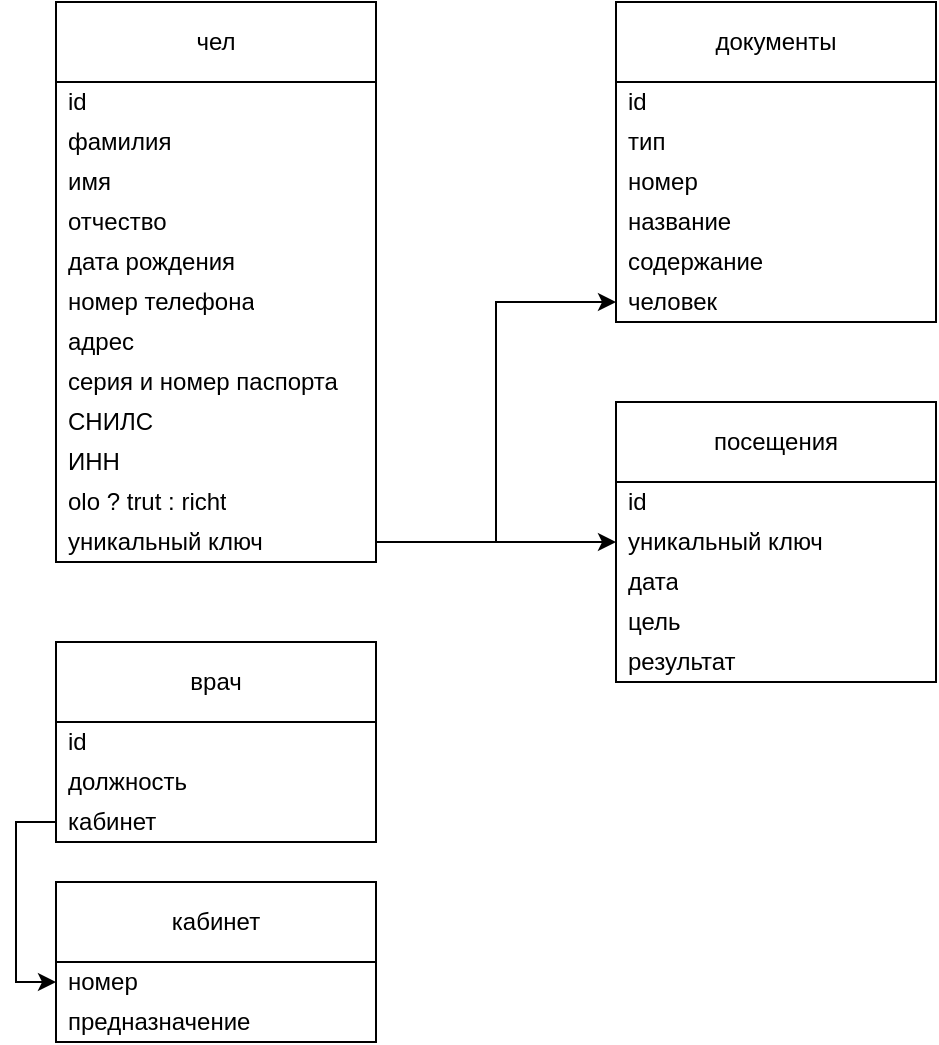
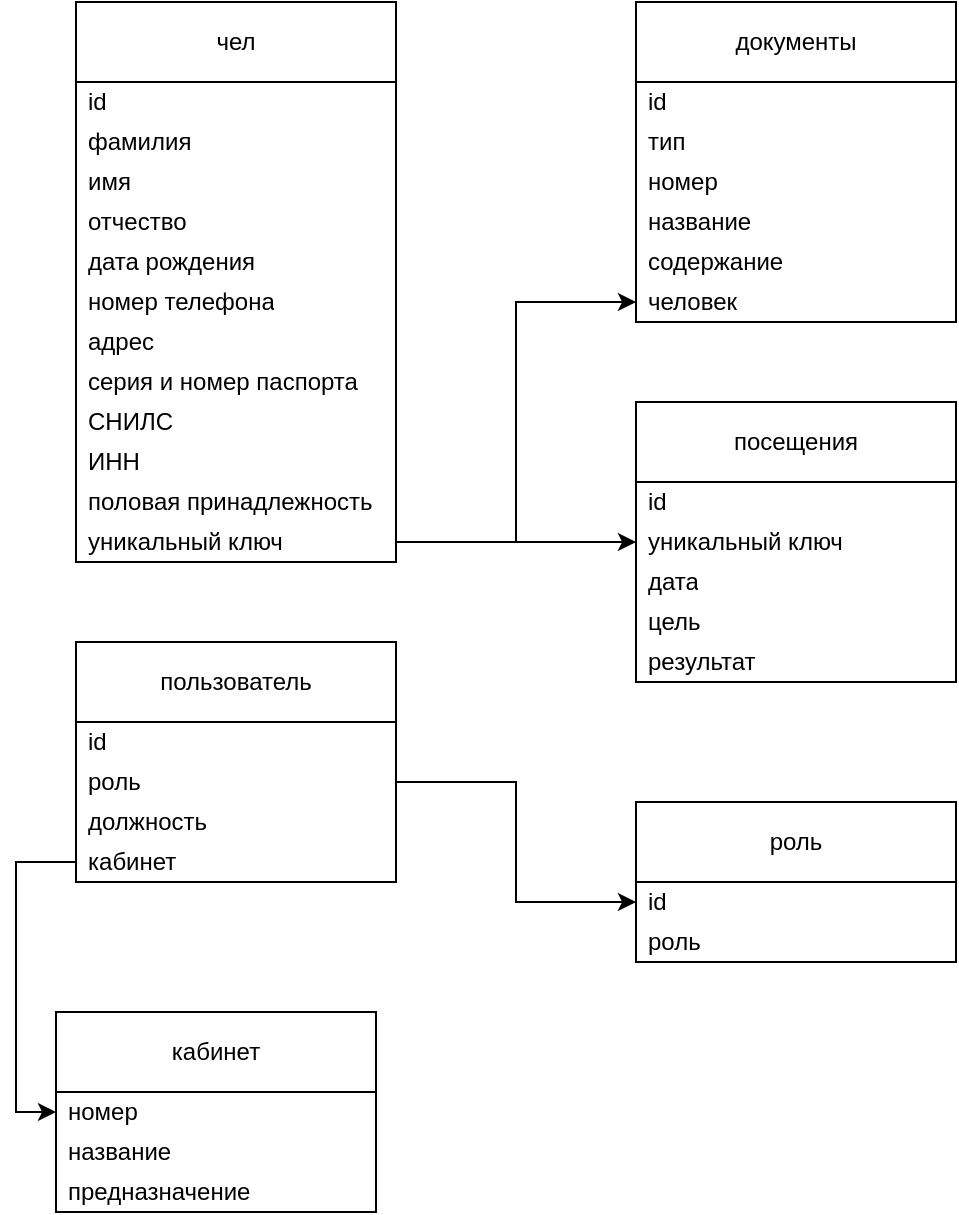
<mxfile host="Electron" agent="Mozilla/5.0 (Windows NT 10.0; Win64; x64) AppleWebKit/537.36 (KHTML, like Gecko) draw.io/29.6.1 Chrome/142.0.7444.265 Electron/39.8.0 Safari/537.36" version="29.6.1">
  <diagram name="Страница-1" id="a21MgUtPKJdnRfCgL1Ge">
    <mxGraphModel dx="1188" dy="741" grid="1" gridSize="10" guides="1" tooltips="1" connect="1" arrows="1" fold="1" page="1" pageScale="1" pageWidth="827" pageHeight="1169" math="0" shadow="0">
      <root>
        <mxCell id="0" />
        <mxCell id="1" parent="0" />
        <mxCell id="TgU9roTelHohaQH2FK3k-1" parent="1" style="swimlane;fontStyle=0;childLayout=stackLayout;horizontal=1;startSize=40;horizontalStack=0;resizeParent=1;resizeParentMax=0;resizeLast=0;collapsible=1;marginBottom=0;whiteSpace=wrap;html=1;" value="чел" vertex="1">
          <mxGeometry height="280" width="160" x="80" y="80" as="geometry" />
        </mxCell>
        <mxCell id="TgU9roTelHohaQH2FK3k-2" parent="TgU9roTelHohaQH2FK3k-1" style="text;strokeColor=none;fillColor=none;align=left;verticalAlign=middle;spacingLeft=4;spacingRight=4;overflow=hidden;points=[[0,0.5],[1,0.5]];portConstraint=eastwest;rotatable=0;whiteSpace=wrap;html=1;" value="id" vertex="1">
          <mxGeometry height="20" width="160" y="40" as="geometry" />
        </mxCell>
        <mxCell id="TgU9roTelHohaQH2FK3k-3" parent="TgU9roTelHohaQH2FK3k-1" style="text;strokeColor=none;fillColor=none;align=left;verticalAlign=middle;spacingLeft=4;spacingRight=4;overflow=hidden;points=[[0,0.5],[1,0.5]];portConstraint=eastwest;rotatable=0;whiteSpace=wrap;html=1;" value="фамилия" vertex="1">
          <mxGeometry height="20" width="160" y="60" as="geometry" />
        </mxCell>
        <mxCell id="TgU9roTelHohaQH2FK3k-4" parent="TgU9roTelHohaQH2FK3k-1" style="text;strokeColor=none;fillColor=none;align=left;verticalAlign=middle;spacingLeft=4;spacingRight=4;overflow=hidden;points=[[0,0.5],[1,0.5]];portConstraint=eastwest;rotatable=0;whiteSpace=wrap;html=1;" value="имя" vertex="1">
          <mxGeometry height="20" width="160" y="80" as="geometry" />
        </mxCell>
        <mxCell id="cz48e77hF1qOZ6CIWqxK-1" parent="TgU9roTelHohaQH2FK3k-1" style="text;strokeColor=none;fillColor=none;align=left;verticalAlign=middle;spacingLeft=4;spacingRight=4;overflow=hidden;points=[[0,0.5],[1,0.5]];portConstraint=eastwest;rotatable=0;whiteSpace=wrap;html=1;" value="отчество" vertex="1">
          <mxGeometry height="20" width="160" y="100" as="geometry" />
        </mxCell>
        <mxCell id="TgU9roTelHohaQH2FK3k-5" parent="TgU9roTelHohaQH2FK3k-1" style="text;strokeColor=none;fillColor=none;align=left;verticalAlign=middle;spacingLeft=4;spacingRight=4;overflow=hidden;points=[[0,0.5],[1,0.5]];portConstraint=eastwest;rotatable=0;whiteSpace=wrap;html=1;" value="дата рождения" vertex="1">
          <mxGeometry height="20" width="160" y="120" as="geometry" />
        </mxCell>
        <mxCell id="TgU9roTelHohaQH2FK3k-6" parent="TgU9roTelHohaQH2FK3k-1" style="text;strokeColor=none;fillColor=none;align=left;verticalAlign=middle;spacingLeft=4;spacingRight=4;overflow=hidden;points=[[0,0.5],[1,0.5]];portConstraint=eastwest;rotatable=0;whiteSpace=wrap;html=1;" value="номер телефона" vertex="1">
          <mxGeometry height="20" width="160" y="140" as="geometry" />
        </mxCell>
        <mxCell id="cz48e77hF1qOZ6CIWqxK-2" parent="TgU9roTelHohaQH2FK3k-1" style="text;strokeColor=none;fillColor=none;align=left;verticalAlign=middle;spacingLeft=4;spacingRight=4;overflow=hidden;points=[[0,0.5],[1,0.5]];portConstraint=eastwest;rotatable=0;whiteSpace=wrap;html=1;" value="адрес" vertex="1">
          <mxGeometry height="20" width="160" y="160" as="geometry" />
        </mxCell>
        <mxCell id="TgU9roTelHohaQH2FK3k-7" parent="TgU9roTelHohaQH2FK3k-1" style="text;strokeColor=none;fillColor=none;align=left;verticalAlign=middle;spacingLeft=4;spacingRight=4;overflow=hidden;points=[[0,0.5],[1,0.5]];portConstraint=eastwest;rotatable=0;whiteSpace=wrap;html=1;" value="серия и номер паспорта" vertex="1">
          <mxGeometry height="20" width="160" y="180" as="geometry" />
        </mxCell>
        <mxCell id="TgU9roTelHohaQH2FK3k-8" parent="TgU9roTelHohaQH2FK3k-1" style="text;strokeColor=none;fillColor=none;align=left;verticalAlign=middle;spacingLeft=4;spacingRight=4;overflow=hidden;points=[[0,0.5],[1,0.5]];portConstraint=eastwest;rotatable=0;whiteSpace=wrap;html=1;" value="СНИЛС" vertex="1">
          <mxGeometry height="20" width="160" y="200" as="geometry" />
        </mxCell>
        <mxCell id="TgU9roTelHohaQH2FK3k-9" parent="TgU9roTelHohaQH2FK3k-1" style="text;strokeColor=none;fillColor=none;align=left;verticalAlign=middle;spacingLeft=4;spacingRight=4;overflow=hidden;points=[[0,0.5],[1,0.5]];portConstraint=eastwest;rotatable=0;whiteSpace=wrap;html=1;" value="ИНН" vertex="1">
          <mxGeometry height="20" width="160" y="220" as="geometry" />
        </mxCell>
-         <mxCell id="TgU9roTelHohaQH2FK3k-10" parent="TgU9roTelHohaQH2FK3k-1" style="text;strokeColor=none;fillColor=none;align=left;verticalAlign=middle;spacingLeft=4;spacingRight=4;overflow=hidden;points=[[0,0.5],[1,0.5]];portConstraint=eastwest;rotatable=0;whiteSpace=wrap;html=1;" value="olo ? trut : richt" vertex="1">
+         <mxCell id="TgU9roTelHohaQH2FK3k-10" parent="TgU9roTelHohaQH2FK3k-1" style="text;strokeColor=none;fillColor=none;align=left;verticalAlign=middle;spacingLeft=4;spacingRight=4;overflow=hidden;points=[[0,0.5],[1,0.5]];portConstraint=eastwest;rotatable=0;whiteSpace=wrap;html=1;" value="половая принадлежность" vertex="1">
          <mxGeometry height="20" width="160" y="240" as="geometry" />
        </mxCell>
        <mxCell id="TgU9roTelHohaQH2FK3k-31" parent="TgU9roTelHohaQH2FK3k-1" style="text;strokeColor=none;fillColor=none;align=left;verticalAlign=middle;spacingLeft=4;spacingRight=4;overflow=hidden;points=[[0,0.5],[1,0.5]];portConstraint=eastwest;rotatable=0;whiteSpace=wrap;html=1;" value="уникальный ключ" vertex="1">
          <mxGeometry height="20" width="160" y="260" as="geometry" />
        </mxCell>
        <mxCell id="_7bwxEnkeykLmXKwQ_Hy-1" parent="1" style="swimlane;fontStyle=0;childLayout=stackLayout;horizontal=1;startSize=40;horizontalStack=0;resizeParent=1;resizeParentMax=0;resizeLast=0;collapsible=1;marginBottom=0;whiteSpace=wrap;html=1;" value="посещения" vertex="1">
          <mxGeometry height="140" width="160" x="360" y="280" as="geometry" />
        </mxCell>
        <mxCell id="EbQ-D4Pp5Pddp-Q1myPs-4" parent="_7bwxEnkeykLmXKwQ_Hy-1" style="text;strokeColor=none;fillColor=none;align=left;verticalAlign=middle;spacingLeft=4;spacingRight=4;overflow=hidden;points=[[0,0.5],[1,0.5]];portConstraint=eastwest;rotatable=0;whiteSpace=wrap;html=1;" value="id" vertex="1">
          <mxGeometry height="20" width="160" y="40" as="geometry" />
        </mxCell>
        <mxCell id="_7bwxEnkeykLmXKwQ_Hy-2" parent="_7bwxEnkeykLmXKwQ_Hy-1" style="text;strokeColor=none;fillColor=none;align=left;verticalAlign=middle;spacingLeft=4;spacingRight=4;overflow=hidden;points=[[0,0.5],[1,0.5]];portConstraint=eastwest;rotatable=0;whiteSpace=wrap;html=1;" value="уникальный ключ" vertex="1">
          <mxGeometry height="20" width="160" y="60" as="geometry" />
        </mxCell>
        <mxCell id="_7bwxEnkeykLmXKwQ_Hy-3" parent="_7bwxEnkeykLmXKwQ_Hy-1" style="text;strokeColor=none;fillColor=none;align=left;verticalAlign=middle;spacingLeft=4;spacingRight=4;overflow=hidden;points=[[0,0.5],[1,0.5]];portConstraint=eastwest;rotatable=0;whiteSpace=wrap;html=1;" value="дата" vertex="1">
          <mxGeometry height="20" width="160" y="80" as="geometry" />
        </mxCell>
        <mxCell id="_7bwxEnkeykLmXKwQ_Hy-4" parent="_7bwxEnkeykLmXKwQ_Hy-1" style="text;strokeColor=none;fillColor=none;align=left;verticalAlign=middle;spacingLeft=4;spacingRight=4;overflow=hidden;points=[[0,0.5],[1,0.5]];portConstraint=eastwest;rotatable=0;whiteSpace=wrap;html=1;" value="цель" vertex="1">
          <mxGeometry height="20" width="160" y="100" as="geometry" />
        </mxCell>
        <mxCell id="_7bwxEnkeykLmXKwQ_Hy-5" parent="_7bwxEnkeykLmXKwQ_Hy-1" style="text;strokeColor=none;fillColor=none;align=left;verticalAlign=middle;spacingLeft=4;spacingRight=4;overflow=hidden;points=[[0,0.5],[1,0.5]];portConstraint=eastwest;rotatable=0;whiteSpace=wrap;html=1;" value="результат" vertex="1">
          <mxGeometry height="20" width="160" y="120" as="geometry" />
        </mxCell>
-         <mxCell id="EbQ-D4Pp5Pddp-Q1myPs-5" parent="1" style="swimlane;fontStyle=0;childLayout=stackLayout;horizontal=1;startSize=40;horizontalStack=0;resizeParent=1;resizeParentMax=0;resizeLast=0;collapsible=1;marginBottom=0;whiteSpace=wrap;html=1;" value="врач" vertex="1">
-           <mxGeometry height="100" width="160" x="80" y="400" as="geometry" />
+         <mxCell id="EbQ-D4Pp5Pddp-Q1myPs-5" parent="1" style="swimlane;fontStyle=0;childLayout=stackLayout;horizontal=1;startSize=40;horizontalStack=0;resizeParent=1;resizeParentMax=0;resizeLast=0;collapsible=1;marginBottom=0;whiteSpace=wrap;html=1;" value="пользователь" vertex="1">
+           <mxGeometry height="120" width="160" x="80" y="400" as="geometry" />
        </mxCell>
        <mxCell id="EbQ-D4Pp5Pddp-Q1myPs-6" parent="EbQ-D4Pp5Pddp-Q1myPs-5" style="text;strokeColor=none;fillColor=none;align=left;verticalAlign=middle;spacingLeft=4;spacingRight=4;overflow=hidden;points=[[0,0.5],[1,0.5]];portConstraint=eastwest;rotatable=0;whiteSpace=wrap;html=1;" value="id" vertex="1">
          <mxGeometry height="20" width="160" y="40" as="geometry" />
        </mxCell>
-         <mxCell id="EbQ-D4Pp5Pddp-Q1myPs-7" parent="EbQ-D4Pp5Pddp-Q1myPs-5" style="text;strokeColor=none;fillColor=none;align=left;verticalAlign=middle;spacingLeft=4;spacingRight=4;overflow=hidden;points=[[0,0.5],[1,0.5]];portConstraint=eastwest;rotatable=0;whiteSpace=wrap;html=1;" value="должность" vertex="1">
+         <mxCell id="u-Q4dIUnWYH1eqJ2AqIz-5" parent="EbQ-D4Pp5Pddp-Q1myPs-5" style="text;strokeColor=none;fillColor=none;align=left;verticalAlign=middle;spacingLeft=4;spacingRight=4;overflow=hidden;points=[[0,0.5],[1,0.5]];portConstraint=eastwest;rotatable=0;whiteSpace=wrap;html=1;" value="роль" vertex="1">
          <mxGeometry height="20" width="160" y="60" as="geometry" />
        </mxCell>
-         <mxCell id="EbQ-D4Pp5Pddp-Q1myPs-8" parent="EbQ-D4Pp5Pddp-Q1myPs-5" style="text;strokeColor=none;fillColor=none;align=left;verticalAlign=middle;spacingLeft=4;spacingRight=4;overflow=hidden;points=[[0,0.5],[1,0.5]];portConstraint=eastwest;rotatable=0;whiteSpace=wrap;html=1;" value="кабинет" vertex="1">
+         <mxCell id="EbQ-D4Pp5Pddp-Q1myPs-7" parent="EbQ-D4Pp5Pddp-Q1myPs-5" style="text;strokeColor=none;fillColor=none;align=left;verticalAlign=middle;spacingLeft=4;spacingRight=4;overflow=hidden;points=[[0,0.5],[1,0.5]];portConstraint=eastwest;rotatable=0;whiteSpace=wrap;html=1;" value="должность" vertex="1">
          <mxGeometry height="20" width="160" y="80" as="geometry" />
        </mxCell>
+         <mxCell id="EbQ-D4Pp5Pddp-Q1myPs-8" parent="EbQ-D4Pp5Pddp-Q1myPs-5" style="text;strokeColor=none;fillColor=none;align=left;verticalAlign=middle;spacingLeft=4;spacingRight=4;overflow=hidden;points=[[0,0.5],[1,0.5]];portConstraint=eastwest;rotatable=0;whiteSpace=wrap;html=1;" value="кабинет" vertex="1">
+           <mxGeometry height="20" width="160" y="100" as="geometry" />
+         </mxCell>
        <mxCell id="EbQ-D4Pp5Pddp-Q1myPs-9" parent="1" style="swimlane;fontStyle=0;childLayout=stackLayout;horizontal=1;startSize=40;horizontalStack=0;resizeParent=1;resizeParentMax=0;resizeLast=0;collapsible=1;marginBottom=0;whiteSpace=wrap;html=1;" value="кабинет" vertex="1">
-           <mxGeometry height="80" width="160" x="80" y="520" as="geometry" />
+           <mxGeometry height="100" width="160" x="70" y="585" as="geometry" />
        </mxCell>
        <mxCell id="EbQ-D4Pp5Pddp-Q1myPs-10" parent="EbQ-D4Pp5Pddp-Q1myPs-9" style="text;strokeColor=none;fillColor=none;align=left;verticalAlign=middle;spacingLeft=4;spacingRight=4;overflow=hidden;points=[[0,0.5],[1,0.5]];portConstraint=eastwest;rotatable=0;whiteSpace=wrap;html=1;" value="номер" vertex="1">
          <mxGeometry height="20" width="160" y="40" as="geometry" />
        </mxCell>
+         <mxCell id="u-Q4dIUnWYH1eqJ2AqIz-8" parent="EbQ-D4Pp5Pddp-Q1myPs-9" style="text;strokeColor=none;fillColor=none;align=left;verticalAlign=middle;spacingLeft=4;spacingRight=4;overflow=hidden;points=[[0,0.5],[1,0.5]];portConstraint=eastwest;rotatable=0;whiteSpace=wrap;html=1;" value="название" vertex="1">
+           <mxGeometry height="20" width="160" y="60" as="geometry" />
+         </mxCell>
        <mxCell id="EbQ-D4Pp5Pddp-Q1myPs-11" parent="EbQ-D4Pp5Pddp-Q1myPs-9" style="text;strokeColor=none;fillColor=none;align=left;verticalAlign=middle;spacingLeft=4;spacingRight=4;overflow=hidden;points=[[0,0.5],[1,0.5]];portConstraint=eastwest;rotatable=0;whiteSpace=wrap;html=1;" value="предназначение" vertex="1">
-           <mxGeometry height="20" width="160" y="60" as="geometry" />
+           <mxGeometry height="20" width="160" y="80" as="geometry" />
        </mxCell>
        <mxCell id="EbQ-D4Pp5Pddp-Q1myPs-13" edge="1" parent="1" source="EbQ-D4Pp5Pddp-Q1myPs-8" style="edgeStyle=orthogonalEdgeStyle;rounded=0;orthogonalLoop=1;jettySize=auto;html=1;entryX=0;entryY=0.5;entryDx=0;entryDy=0;" target="EbQ-D4Pp5Pddp-Q1myPs-10">
          <mxGeometry relative="1" as="geometry" />
        </mxCell>
        <mxCell id="EbQ-D4Pp5Pddp-Q1myPs-14" parent="1" style="swimlane;fontStyle=0;childLayout=stackLayout;horizontal=1;startSize=40;horizontalStack=0;resizeParent=1;resizeParentMax=0;resizeLast=0;collapsible=1;marginBottom=0;whiteSpace=wrap;html=1;" value="документы" vertex="1">
          <mxGeometry height="160" width="160" x="360" y="80" as="geometry" />
        </mxCell>
        <mxCell id="EbQ-D4Pp5Pddp-Q1myPs-15" parent="EbQ-D4Pp5Pddp-Q1myPs-14" style="text;strokeColor=none;fillColor=none;align=left;verticalAlign=middle;spacingLeft=4;spacingRight=4;overflow=hidden;points=[[0,0.5],[1,0.5]];portConstraint=eastwest;rotatable=0;whiteSpace=wrap;html=1;" value="id" vertex="1">
          <mxGeometry height="20" width="160" y="40" as="geometry" />
        </mxCell>
        <mxCell id="EbQ-D4Pp5Pddp-Q1myPs-16" parent="EbQ-D4Pp5Pddp-Q1myPs-14" style="text;strokeColor=none;fillColor=none;align=left;verticalAlign=middle;spacingLeft=4;spacingRight=4;overflow=hidden;points=[[0,0.5],[1,0.5]];portConstraint=eastwest;rotatable=0;whiteSpace=wrap;html=1;" value="тип" vertex="1">
          <mxGeometry height="20" width="160" y="60" as="geometry" />
        </mxCell>
        <mxCell id="EbQ-D4Pp5Pddp-Q1myPs-17" parent="EbQ-D4Pp5Pddp-Q1myPs-14" style="text;strokeColor=none;fillColor=none;align=left;verticalAlign=middle;spacingLeft=4;spacingRight=4;overflow=hidden;points=[[0,0.5],[1,0.5]];portConstraint=eastwest;rotatable=0;whiteSpace=wrap;html=1;" value="номер" vertex="1">
          <mxGeometry height="20" width="160" y="80" as="geometry" />
        </mxCell>
        <mxCell id="EbQ-D4Pp5Pddp-Q1myPs-18" parent="EbQ-D4Pp5Pddp-Q1myPs-14" style="text;strokeColor=none;fillColor=none;align=left;verticalAlign=middle;spacingLeft=4;spacingRight=4;overflow=hidden;points=[[0,0.5],[1,0.5]];portConstraint=eastwest;rotatable=0;whiteSpace=wrap;html=1;" value="название" vertex="1">
          <mxGeometry height="20" width="160" y="100" as="geometry" />
        </mxCell>
        <mxCell id="EbQ-D4Pp5Pddp-Q1myPs-19" parent="EbQ-D4Pp5Pddp-Q1myPs-14" style="text;strokeColor=none;fillColor=none;align=left;verticalAlign=middle;spacingLeft=4;spacingRight=4;overflow=hidden;points=[[0,0.5],[1,0.5]];portConstraint=eastwest;rotatable=0;whiteSpace=wrap;html=1;" value="содержание" vertex="1">
          <mxGeometry height="20" width="160" y="120" as="geometry" />
        </mxCell>
        <mxCell id="ySyVtbf1JJtKfQZSl_la-1" parent="EbQ-D4Pp5Pddp-Q1myPs-14" style="text;strokeColor=none;fillColor=none;align=left;verticalAlign=middle;spacingLeft=4;spacingRight=4;overflow=hidden;points=[[0,0.5],[1,0.5]];portConstraint=eastwest;rotatable=0;whiteSpace=wrap;html=1;" value="человек" vertex="1">
          <mxGeometry height="20" width="160" y="140" as="geometry" />
        </mxCell>
        <mxCell id="EbQ-D4Pp5Pddp-Q1myPs-20" edge="1" parent="1" source="TgU9roTelHohaQH2FK3k-31" style="edgeStyle=orthogonalEdgeStyle;rounded=0;orthogonalLoop=1;jettySize=auto;html=1;entryX=0;entryY=0.5;entryDx=0;entryDy=0;" target="_7bwxEnkeykLmXKwQ_Hy-2">
          <mxGeometry relative="1" as="geometry" />
        </mxCell>
        <mxCell id="EbQ-D4Pp5Pddp-Q1myPs-21" edge="1" parent="1" source="TgU9roTelHohaQH2FK3k-31" style="edgeStyle=orthogonalEdgeStyle;rounded=0;orthogonalLoop=1;jettySize=auto;html=1;entryX=0;entryY=0.5;entryDx=0;entryDy=0;" target="ySyVtbf1JJtKfQZSl_la-1">
          <mxGeometry relative="1" as="geometry">
            <mxPoint x="360" y="150" as="targetPoint" />
          </mxGeometry>
        </mxCell>
+         <mxCell id="u-Q4dIUnWYH1eqJ2AqIz-1" parent="1" style="swimlane;fontStyle=0;childLayout=stackLayout;horizontal=1;startSize=40;horizontalStack=0;resizeParent=1;resizeParentMax=0;resizeLast=0;collapsible=1;marginBottom=0;whiteSpace=wrap;html=1;" value="роль" vertex="1">
+           <mxGeometry height="80" width="160" x="360" y="480" as="geometry" />
+         </mxCell>
+         <mxCell id="u-Q4dIUnWYH1eqJ2AqIz-2" parent="u-Q4dIUnWYH1eqJ2AqIz-1" style="text;strokeColor=none;fillColor=none;align=left;verticalAlign=middle;spacingLeft=4;spacingRight=4;overflow=hidden;points=[[0,0.5],[1,0.5]];portConstraint=eastwest;rotatable=0;whiteSpace=wrap;html=1;" value="id" vertex="1">
+           <mxGeometry height="20" width="160" y="40" as="geometry" />
+         </mxCell>
+         <mxCell id="u-Q4dIUnWYH1eqJ2AqIz-3" parent="u-Q4dIUnWYH1eqJ2AqIz-1" style="text;strokeColor=none;fillColor=none;align=left;verticalAlign=middle;spacingLeft=4;spacingRight=4;overflow=hidden;points=[[0,0.5],[1,0.5]];portConstraint=eastwest;rotatable=0;whiteSpace=wrap;html=1;" value="роль" vertex="1">
+           <mxGeometry height="20" width="160" y="60" as="geometry" />
+         </mxCell>
+         <mxCell id="u-Q4dIUnWYH1eqJ2AqIz-7" edge="1" parent="1" source="u-Q4dIUnWYH1eqJ2AqIz-5" style="edgeStyle=orthogonalEdgeStyle;rounded=0;orthogonalLoop=1;jettySize=auto;html=1;entryX=0;entryY=0.5;entryDx=0;entryDy=0;" target="u-Q4dIUnWYH1eqJ2AqIz-2">
+           <mxGeometry relative="1" as="geometry" />
+         </mxCell>
      </root>
    </mxGraphModel>
  </diagram>
</mxfile>
